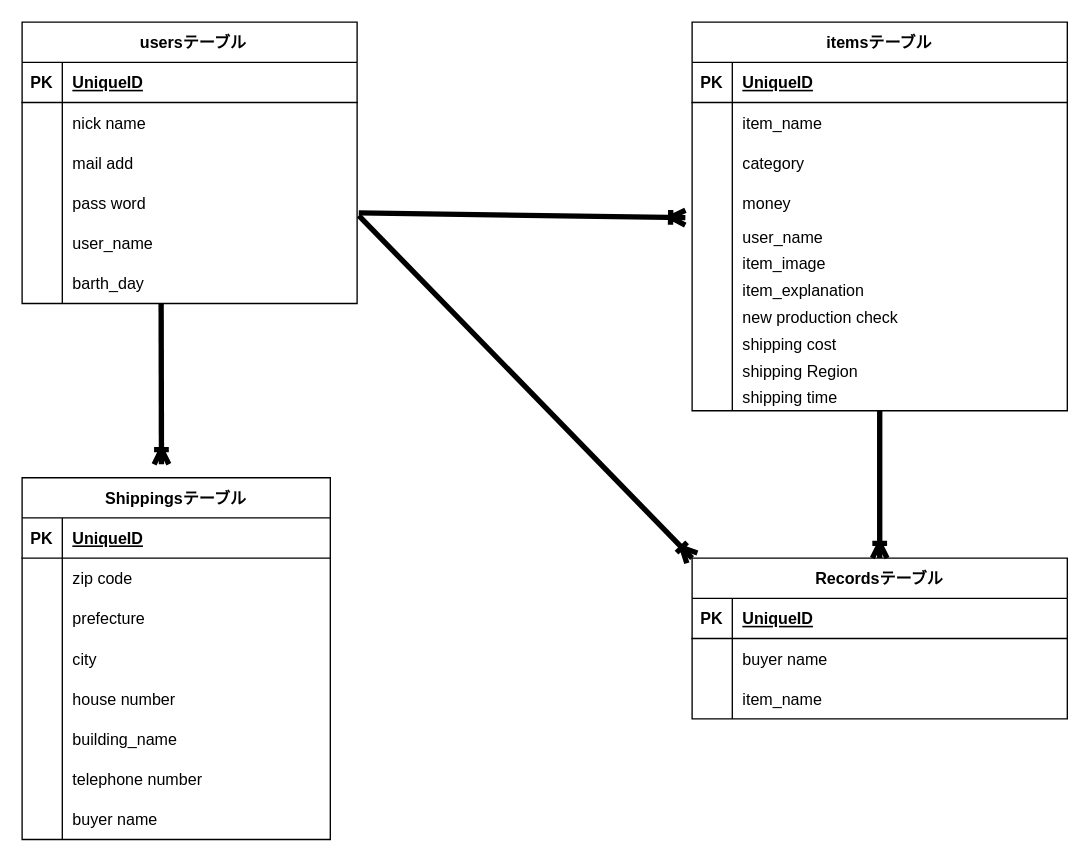
The draw.io diagram furima.dio in Tomapin/furima-41470, before the edit. Source tidied: cells renumbered, new cells numbered last; positions are measured from the earlier drawing's top-left corner, leaving out a move shared by most shapes. Both pictures are drawn from the tidied source at 134%, with x=0, y=0 at pixel (21, 21).
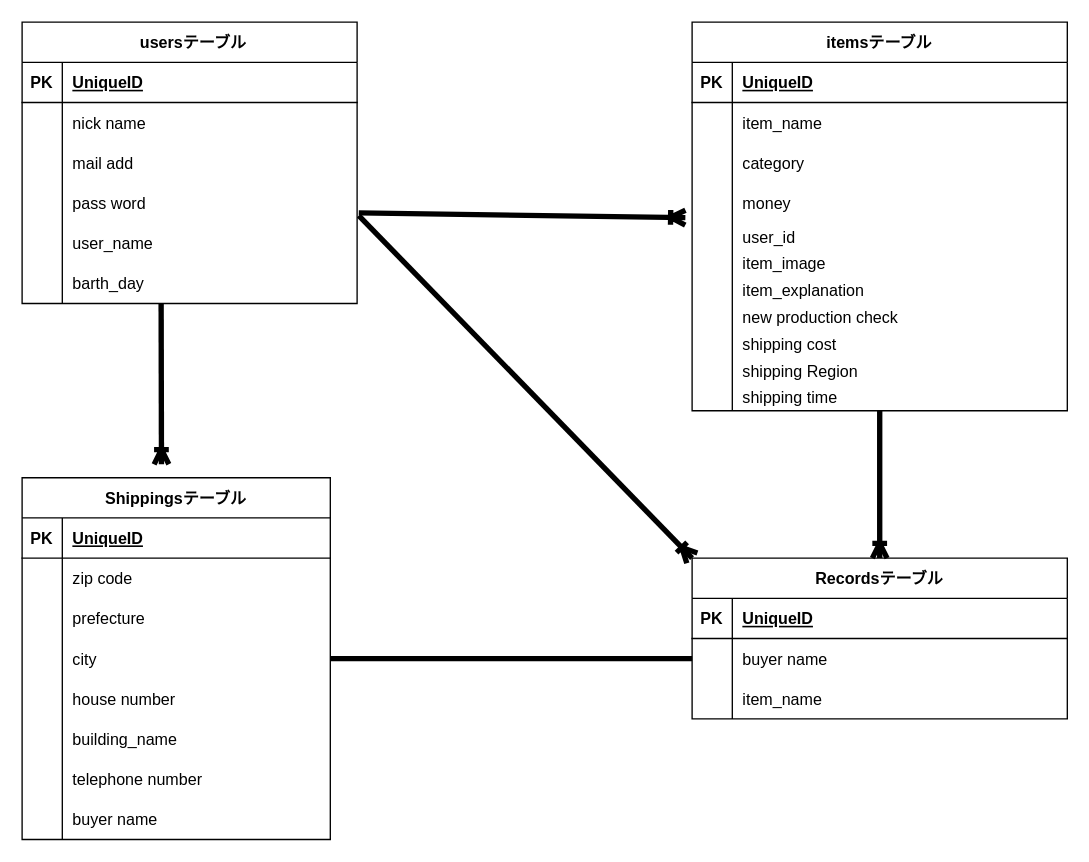
After the change.

Commit message (it also covers changes not shown here):
データベース設計再作成⑦

The change refers to these unchanged cells:
```xml
<mxCell id="34" style="shape=tableRow;horizontal=0;startSize=0;swimlaneHead=0;swimlaneBody=0;fillColor=none;points=[[0,0.5],[1,0.5]];portConstraint=eastwest;top=0;left=0;right=0;bottom=0;" parent="21" vertex="1">
  <mxGeometry y="150" width="280" height="20" as="geometry" />
</mxCell>
<mxCell id="60" style="shape=tableRow;horizontal=0;startSize=0;swimlaneHead=0;swimlaneBody=0;fillColor=none;points=[[0,0.5],[1,0.5]];portConstraint=eastwest;top=0;left=0;right=0;bottom=0;" parent="56" vertex="1">
  <mxGeometry y="60" width="280" height="30" as="geometry" />
</mxCell>
<mxCell id="78" style="shape=tableRow;horizontal=0;startSize=0;swimlaneHead=0;swimlaneBody=0;fillColor=none;points=[[0,0.5],[1,0.5]];portConstraint=eastwest;top=0;left=0;right=0;bottom=0;" parent="68" vertex="1">
  <mxGeometry y="120" width="230" height="30" as="geometry" />
</mxCell>
```

Change to the diagram source:
```diff
@@
-    <mxCell id="36" value="user_name" style="shape=partialRectangle;fillColor=none;top=0;left=0;bottom=0;right=0;align=left;spacingLeft=6;overflow=hidden;" parent="34" vertex="1">
+    <mxCell id="36" value="user_id" style="shape=partialRectangle;fillColor=none;top=0;left=0;bottom=0;right=0;align=left;spacingLeft=6;overflow=hidden;" parent="34" vertex="1">
       <mxGeometry x="30" width="250" height="20" as="geometry" />
     </mxCell>
@@
+    <mxCell id="94" style="jettySize=auto;html=1;strokeWidth=4;startArrow=none;startFill=0;endArrow=none;endFill=0;exitX=0;exitY=0.5;exitDx=0;exitDy=0;entryX=1;entryY=0.5;entryDx=0;entryDy=0;" parent="1" edge="1" source="60" target="78">
+      <mxGeometry relative="1" as="geometry" />
+    </mxCell>
```
